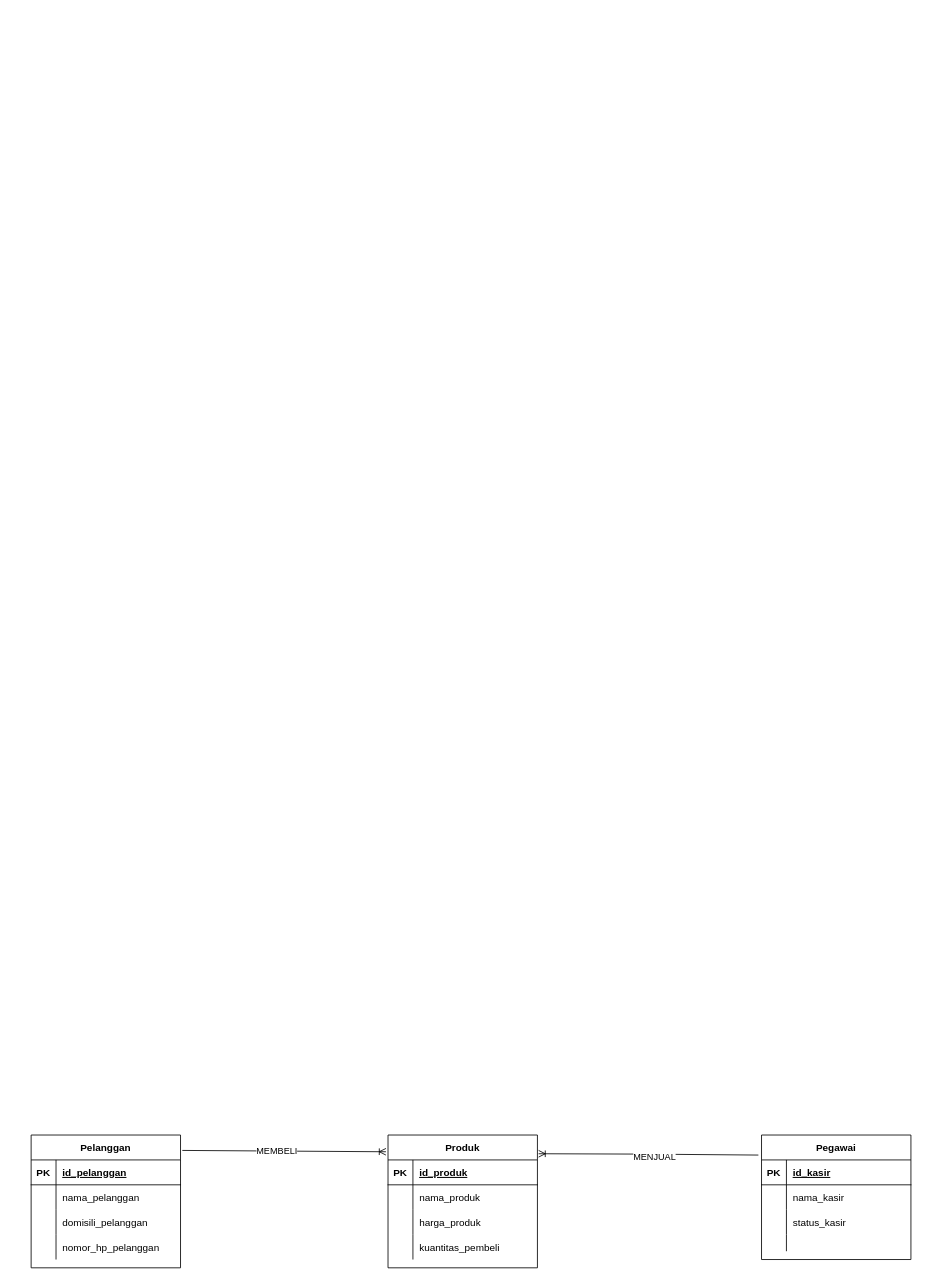
Adamyr159/Basis-Data- keeps this draw.io diagram as Untitled Diagram.drawio. Above is the earlier version. Source tidied: cells renumbered, new cells numbered last; positions are measured from the earlier drawing's top-left corner, leaving out a move shared by most shapes. Both pictures are drawn from the tidied source at 83%, with x=0, y=0 at pixel (31, 1135).
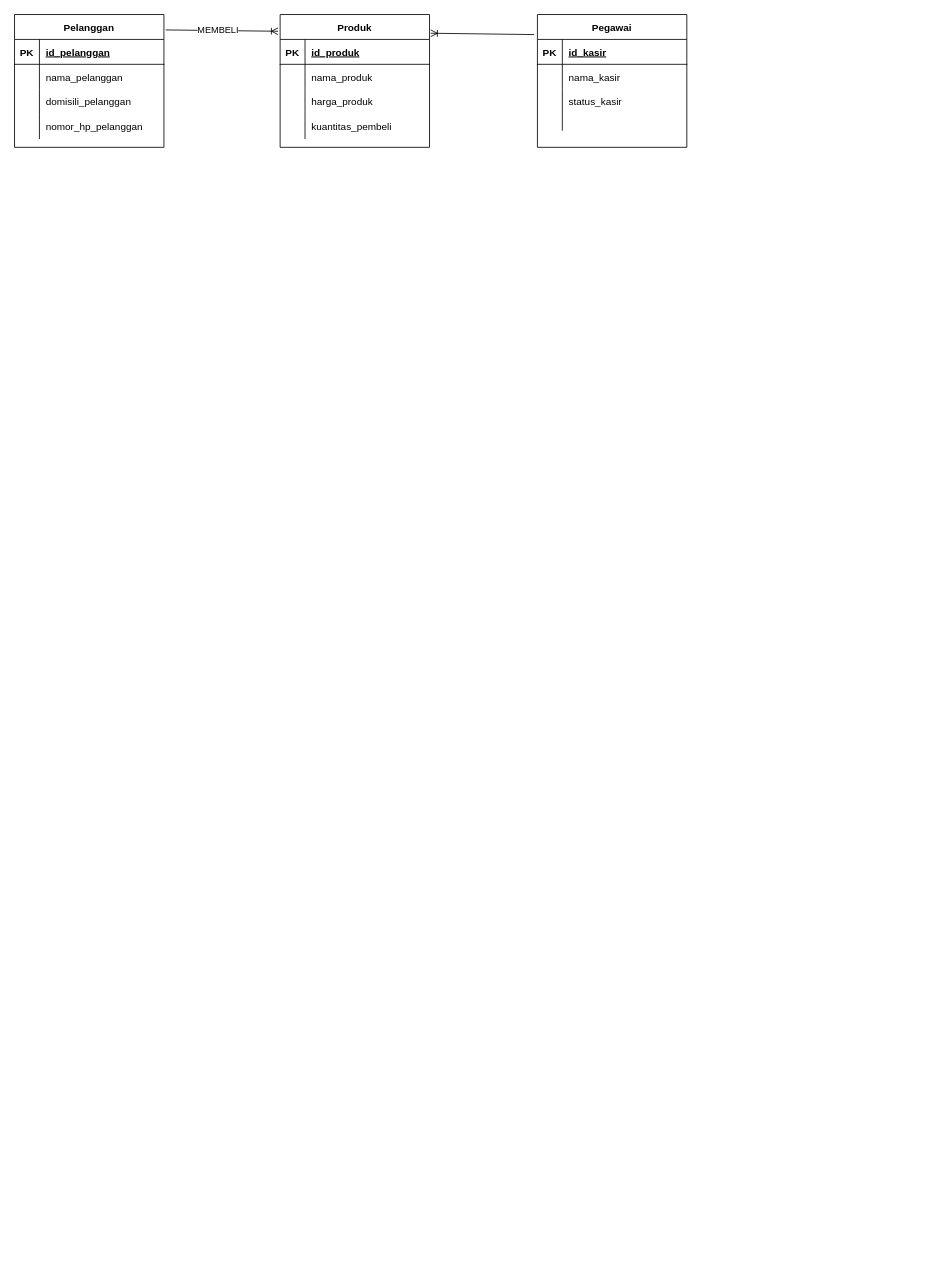
Above is the later version.

Commit message:
Tugas-3_ERD

Change to the diagram source:
```diff
@@
     <mxCell id="2" value="Pegawai" style="shape=table;startSize=30;childLayout=tableLayout;rowLines=0;fontStyle=1;align=center;" parent="1" vertex="1">
-      <mxGeometry x="880" width="180" height="150" as="geometry" />
+      <mxGeometry x="610" y="-1350" width="180" height="160" as="geometry" />
     </mxCell>
@@
     <mxCell id="15" value="Pelanggan" style="shape=table;startSize=30;childLayout=tableLayout;rowLines=0;fontStyle=1;align=center;" parent="1" vertex="1">
-      <mxGeometry width="180" height="160" as="geometry" />
+      <mxGeometry x="-20" y="-1350" width="180" height="160" as="geometry" />
     </mxCell>
@@
     <mxCell id="28" value="Produk" style="shape=table;startSize=30;childLayout=tableLayout;rowLines=0;fontStyle=1;align=center;" parent="1" vertex="1">
-      <mxGeometry x="430" width="180" height="160" as="geometry" />
+      <mxGeometry x="300" y="-1350" width="180" height="160" as="geometry" />
     </mxCell>
@@
-    <mxCell id="41" style="fontSize=12;html=1;endArrow=ERoneToMany;rounded=0;entryX=1.008;entryY=0.141;entryDx=0;entryDy=0;exitX=-0.021;exitY=0.161;exitDx=0;exitDy=0;exitPerimeter=0;entryPerimeter=0;" parent="1" edge="1" source="2" target="28">
-      <mxGeometry relative="1" as="geometry">
-        <Array as="points">
-          <mxPoint x="740" y="23" />
-        </Array>
-      </mxGeometry>
+    <mxCell id="41" style="fontSize=12;html=1;endArrow=ERoneToMany;rounded=0;entryX=1.008;entryY=0.141;entryDx=0;entryDy=0;exitX=-0.023;exitY=0.151;exitDx=0;exitDy=0;exitPerimeter=0;entryPerimeter=0;" parent="1" edge="1" source="2" target="28">
+      <mxGeometry relative="1" as="geometry" />
     </mxCell>
-    <mxCell id="42" value="MENJUAL" style="edgeLabel;html=1;align=center;verticalAlign=middle;" parent="41" vertex="1">
-      <mxGeometry x="-0.05" y="2" relative="1" as="geometry" />
-    </mxCell>
```
